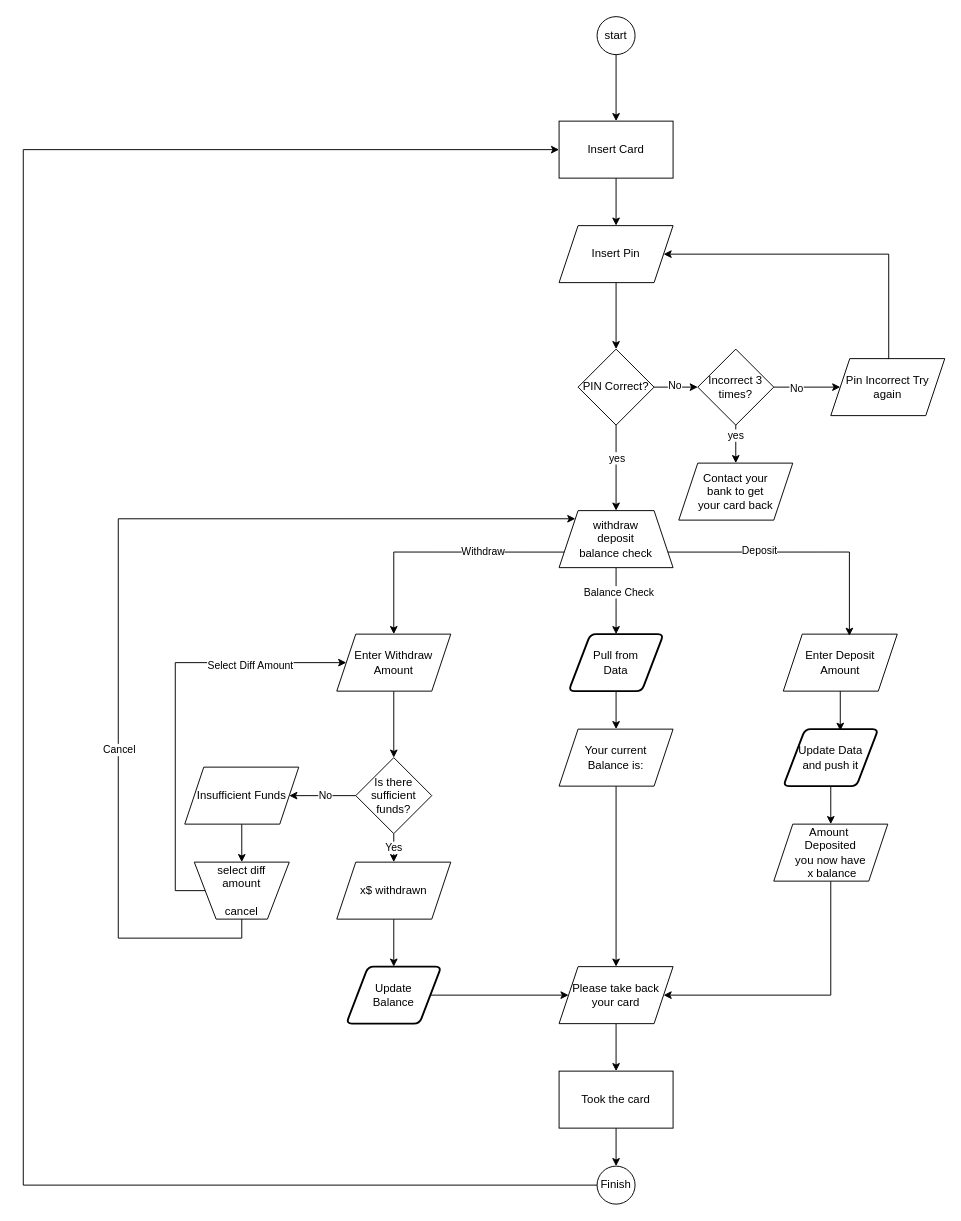
Earlier version of the draw.io diagram 2024/October/06/ATMflowchart.drawio (ObbyRose/IITC). Source tidied: cells renumbered, new cells numbered last; positions are measured from the earlier drawing's top-left corner, leaving out a move shared by most shapes. Both pictures are drawn from the tidied source at 95%, with x=0, y=0 at pixel (23, 16).
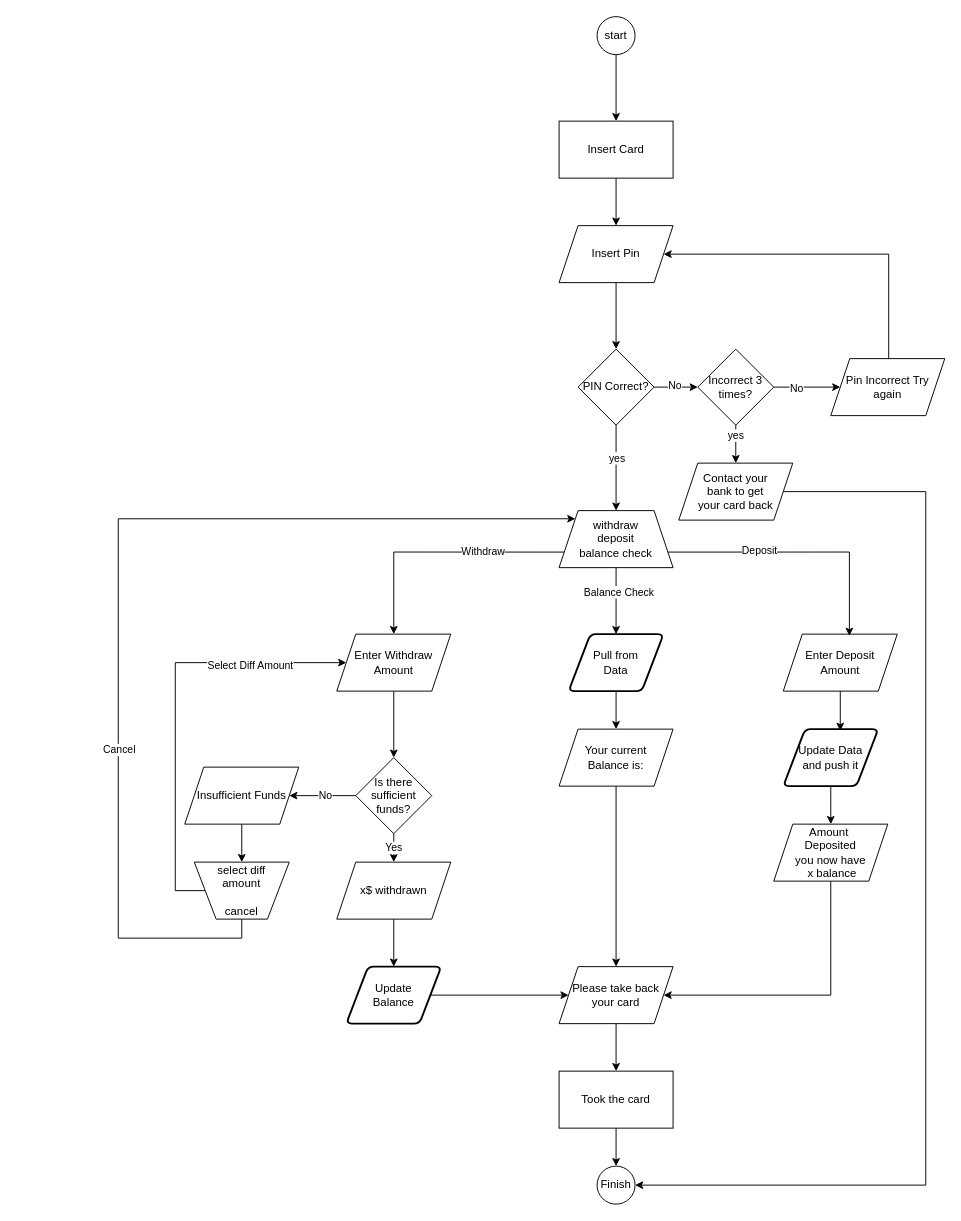
After the change.

Unchanged cells that the change refers to:
```xml
<mxCell id="5" value="Insert Card" style="whiteSpace=wrap;html=1;" parent="1" vertex="1">
  <mxGeometry x="564" y="110" width="120" height="60" as="geometry" />
</mxCell>
<mxCell id="20" value="Contact your&lt;div&gt;bank to get&lt;/div&gt;&lt;div&gt;your card back&lt;/div&gt;" style="shape=parallelogram;perimeter=parallelogramPerimeter;whiteSpace=wrap;html=1;fixedSize=1;" parent="1" vertex="1">
  <mxGeometry x="690" y="470" width="120" height="60" as="geometry" />
</mxCell>
<mxCell id="61" value="Finish" style="ellipse;whiteSpace=wrap;html=1;" parent="1" vertex="1">
  <mxGeometry x="604" y="1210" width="40" height="40" as="geometry" />
</mxCell>
```

The edit, as a diff of the source:
```diff
@@
+    <mxCell id="62" style="edgeStyle=orthogonalEdgeStyle;rounded=0;jettySize=auto;html=1;exitX=1;exitY=0.5;exitDx=0;exitDy=0;entryX=1;entryY=0.5;entryDx=0;entryDy=0;" parent="1" edge="1" source="20" target="61">
+      <mxGeometry relative="1" as="geometry">
+        <Array as="points">
+          <mxPoint x="950" y="500" />
+          <mxPoint x="950" y="1230" />
+        </Array>
+      </mxGeometry>
+    </mxCell>
@@
-    <mxCell id="60" style="edgeStyle=orthogonalEdgeStyle;rounded=0;jettySize=auto;html=1;exitX=0;exitY=0.5;exitDx=0;exitDy=0;entryX=0;entryY=0.5;entryDx=0;entryDy=0;" parent="1" edge="1" source="61" target="5">
-      <mxGeometry relative="1" as="geometry">
-        <Array as="points">
-          <mxPoint y="1230" />
-          <mxPoint y="140" />
-        </Array>
-      </mxGeometry>
-    </mxCell>
```
